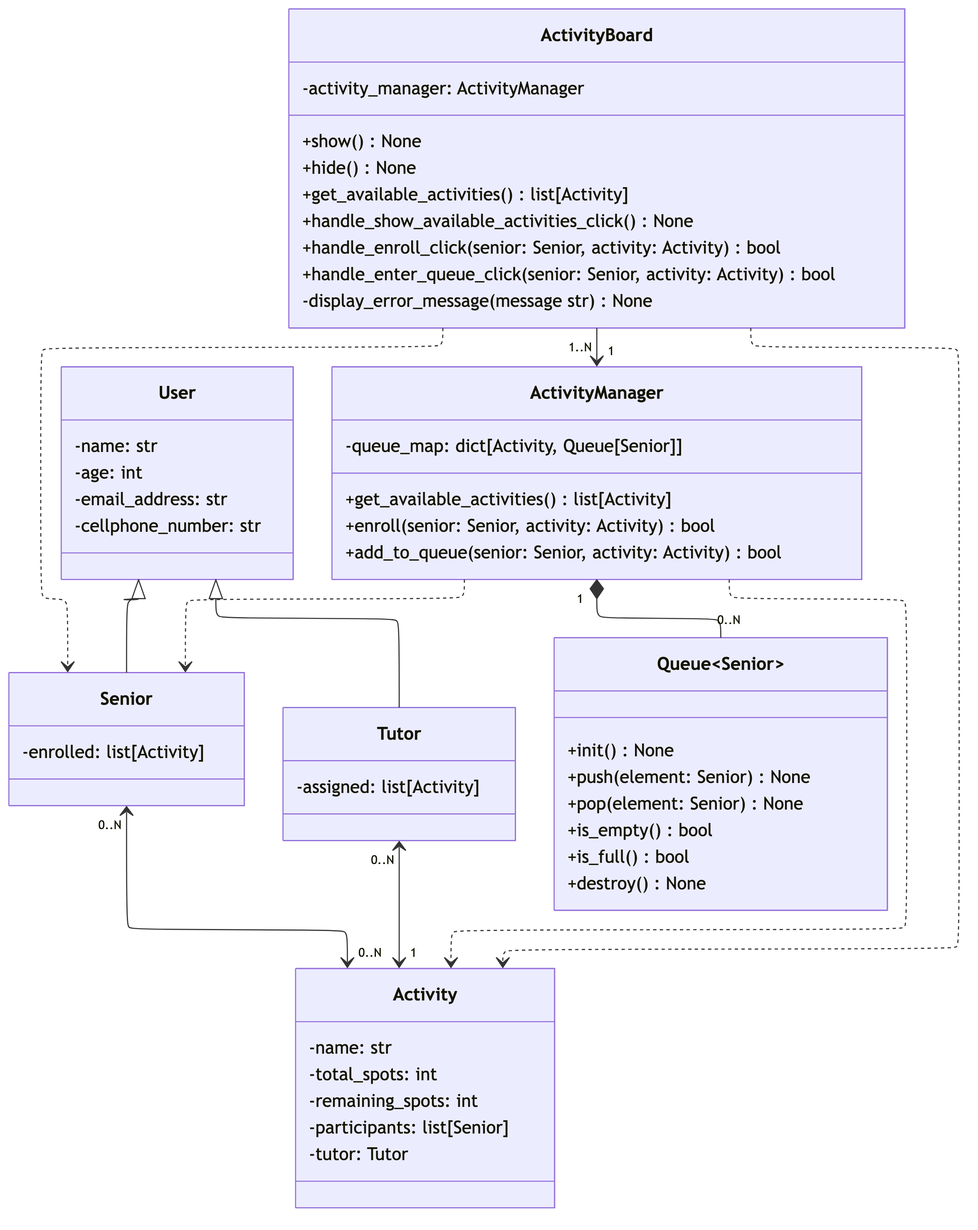
Earlier version of the Mermaid export diagrams/images/class_diagram_sprint_2.png (mldcastro/eng-soft). Its source is kept beside it as diagrams/class_diagram_sprint_2.mmd.
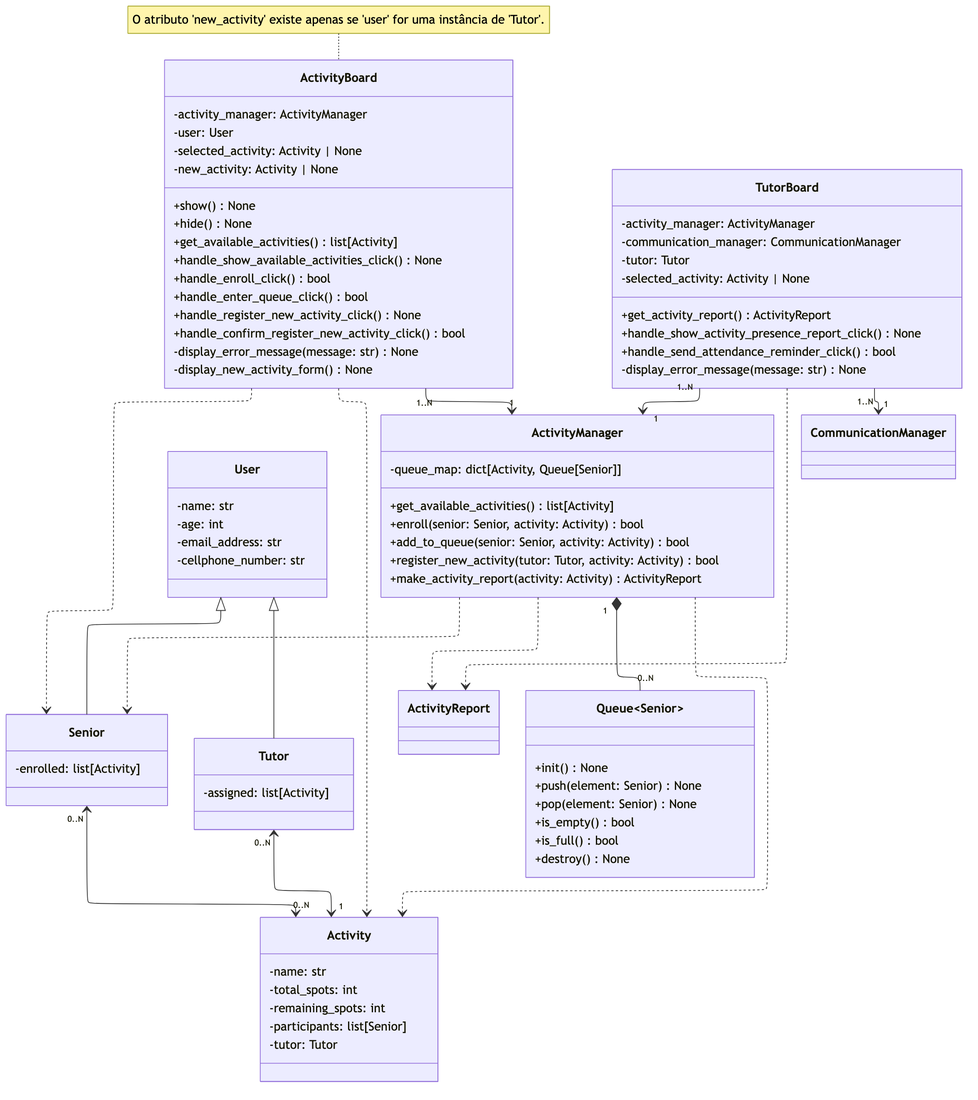
After the commit.

Commit message:
[Sprint 2] Diagrama de classe engloba casos de uso UC11 e UC12 (#6)

What changed in the source:
```diff
@@ -9,23 +9,37 @@
     User
     Senior
     Tutor
+
     Activity
+    ActivityReport
     ActivityBoard
+    TutorBoard
     ActivityManager
     Queue~Senior~
+
+    ChatTab
+    ConversationView
+    ConversationManager
+    ChatDatabase
+
+    CommunicationManager
+
 
     User <|-- Senior
     User <|-- Tutor
 
     Senior "0..N" <--> "0..N" Activity
     Tutor "0..N" <--> "1" Activity
+    ActivityBoard "1..N" --> "1" ActivityManager
+    TutorBoard "1..N" --> "1" ActivityManager
+    TutorBoard "1..N" --> "1" CommunicationManager
 
     ActivityBoard ..> Senior
     ActivityManager ..> Senior
     ActivityBoard ..> Activity
     ActivityManager ..> Activity
-
-    ActivityBoard "1..N" --> "1" ActivityManager
+    ActivityManager ..> ActivityReport
+    TutorBoard ..> ActivityReport
 
     ActivityManager "1" *-- "0..N" Queue~Senior~
 
@@ -52,17 +66,39 @@
       -tutor: Tutor
     }
 
+    class ActivityReport
+
+    note for ActivityBoard "O atributo 'new_activity' existe apenas se 'user' for uma instância de 'Tutor'."
     class ActivityBoard {
       -activity_manager: ActivityManager
+      -user: User
+      -selected_activity: Activity | None
+      -new_activity: Activity | None
 
       +show() None
       +hide() None
       +get_available_activities() list[Activity]
       +handle_show_available_activities_click() None
-      +handle_enroll_click(senior: Senior, activity: Activity) bool
-      +handle_enter_queue_click(senior: Senior, activity: Activity) bool
+      +handle_enroll_click() bool
+      +handle_enter_queue_click() bool
+      +handle_register_new_activity_click() None
+      +handle_confirm_register_new_activity_click() bool
 
-      -display_error_message(message str) None
+      -display_error_message(message: str) None
+      -display_new_activity_form() None
+    }
+
+    class TutorBoard {
+      -activity_manager: ActivityManager
+      -communication_manager: CommunicationManager
+      -tutor: Tutor
+      -selected_activity: Activity | None
+
+      +get_activity_report() ActivityReport
+      +handle_show_activity_presence_report_click() None
+      +handle_send_attendance_reminder_click() bool
+
+      -display_error_message(message: str) None
     }
 
     class ActivityManager {
@@ -71,6 +107,8 @@
       +get_available_activities() list[Activity]
       +enroll(senior: Senior, activity: Activity) bool
       +add_to_queue(senior: Senior, activity: Activity) bool
+      +register_new_activity(tutor: Tutor, activity: Activity) bool
+      +make_activity_report(activity: Activity) ActivityReport
     }
 
     class Queue~Senior~ {
@@ -81,3 +119,5 @@
       +is_full() bool
       +destroy() None
     }
+
+    class CommunicationManager
```
